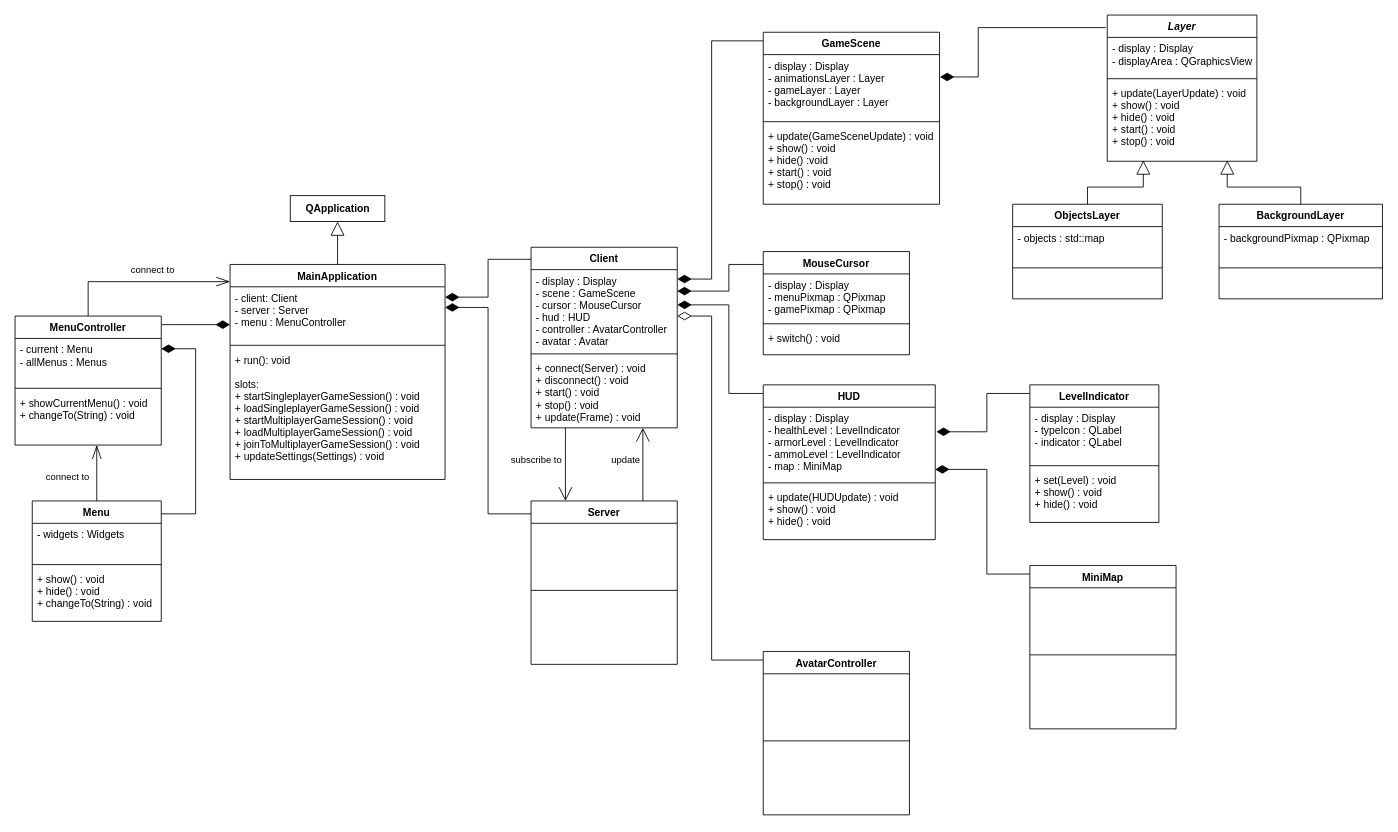
TadekBiela/heisttown keeps this draw.io diagram as doc/class_diagram.drawio. Above is the earlier version. Source tidied: cells renumbered, new cells numbered last; positions are measured from the earlier drawing's top-left corner, leaving out a move shared by most shapes. Both pictures are drawn from the tidied source at 86%, with x=0, y=0 at pixel (15, 15).
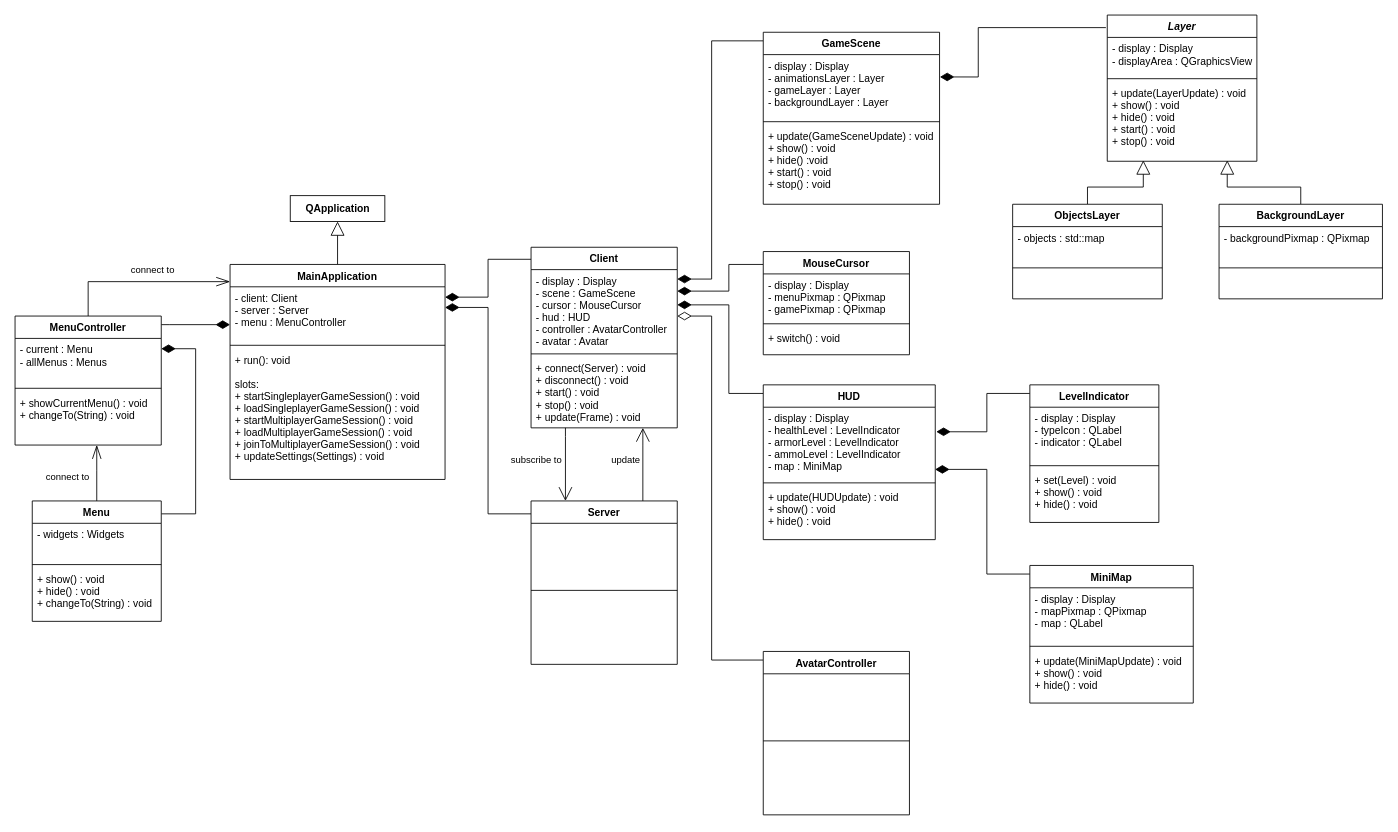
Above is the later version.

Commit message:
Added MiniMap to class diagram

Diff of the diagram source:
```diff
@@
     <mxCell id="61" value="MiniMap" style="swimlane;fontStyle=1;align=center;verticalAlign=top;horizontal=1;startSize=26;" parent="1" vertex="1">
-      <mxGeometry x="1180" y="640" width="170" height="190" as="geometry" />
+      <mxGeometry x="1180" y="640" width="190" height="160" as="geometry" />
     </mxCell>
-    <mxCell id="62" value="&#10;&#10;&#10;&#10;" style="text;strokeColor=none;fillColor=none;align=left;verticalAlign=top;spacingLeft=4;spacingRight=4;overflow=hidden;" parent="61" vertex="1">
-      <mxGeometry y="26" width="170" height="74" as="geometry" />
+    <mxCell id="62" value="- display : Display&#10;- mapPixmap : QPixmap&#10;- map : QLabel" style="text;strokeColor=none;fillColor=none;align=left;verticalAlign=top;spacingLeft=4;spacingRight=4;overflow=hidden;" parent="61" vertex="1">
+      <mxGeometry y="26" width="190" height="64" as="geometry" />
     </mxCell>
     <mxCell id="63" style="line;strokeWidth=1;fillColor=none;align=left;verticalAlign=middle;spacingTop=-1;spacingLeft=3;spacingRight=3;labelPosition=right;" parent="61" vertex="1">
-      <mxGeometry y="100" width="170" height="8" as="geometry" />
+      <mxGeometry y="90" width="190" height="8" as="geometry" />
     </mxCell>
-    <mxCell id="64" value="&#10;&#10;&#10;" style="text;strokeColor=none;fillColor=none;align=left;verticalAlign=top;spacingLeft=4;spacingRight=4;overflow=hidden;" parent="61" vertex="1">
-      <mxGeometry y="108" width="170" height="82" as="geometry" />
+    <mxCell id="64" value="+ update(MiniMapUpdate) : void&#10;+ show() : void&#10;+ hide() : void" style="text;strokeColor=none;fillColor=none;align=left;verticalAlign=top;spacingLeft=4;spacingRight=4;overflow=hidden;" parent="61" vertex="1">
+      <mxGeometry y="98" width="190" height="62" as="geometry" />
     </mxCell>
```
